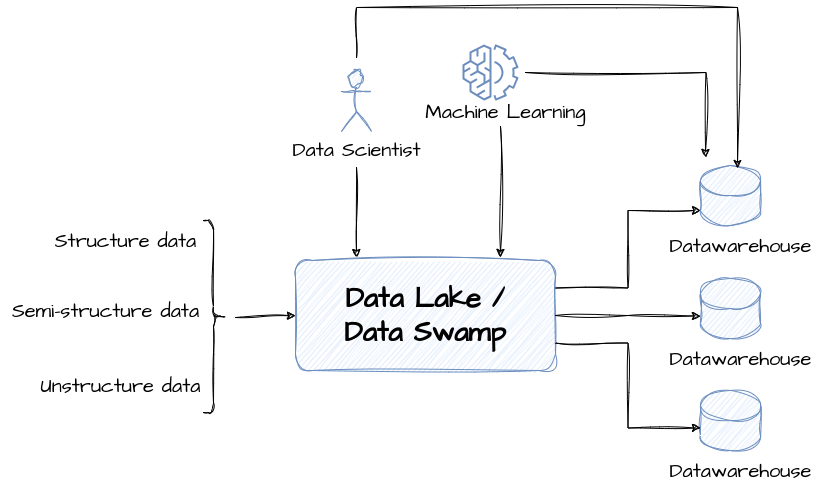
This is content/en/knowledgebase/bigdata/lakehouse-iceberg-delta/lakehouse-data-infrastructure.drawio.png from mauvaisetroupe/architech, a draw.io export, as it was before one commit. Source tidied: cells renumbered, new cells last; positions are measured from the earlier drawing's top-left corner, leaving out a move shared by most shapes.
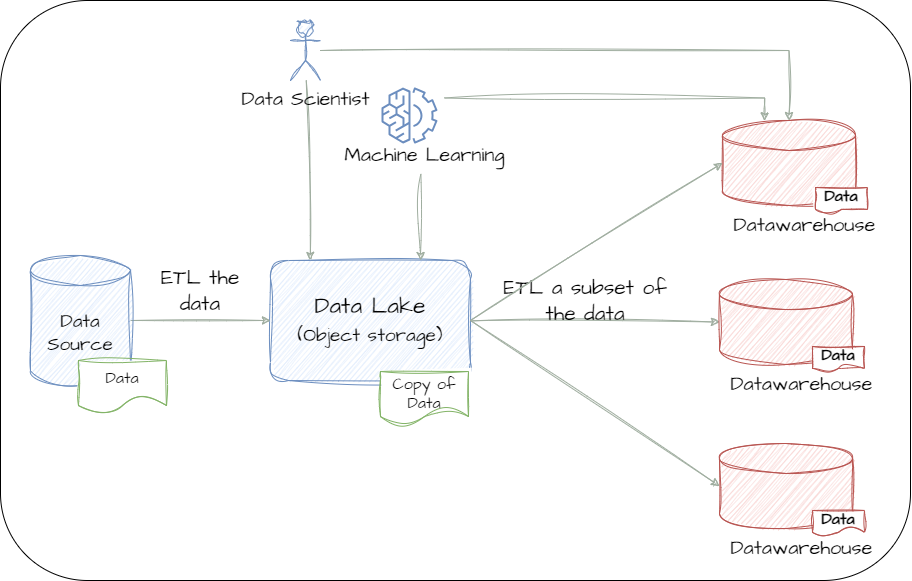
After the commit.

What changed in the source:
```diff
@@ -2,96 +2,91 @@
   <root>
     <mxCell id="0" />
     <mxCell id="1" parent="0" />
-    <mxCell id="2" value="&lt;b&gt;&lt;font style=&quot;font-size: 28px;&quot;&gt;Data Lake /&lt;br&gt;Data Swamp&lt;br&gt;&lt;/font&gt;&lt;/b&gt;" style="rounded=1;whiteSpace=wrap;html=1;sketch=1;hachureGap=4;jiggle=2;curveFitting=1;fontFamily=Architects Daughter;fontSource=https%3A%2F%2Ffonts.googleapis.com%2Fcss%3Ffamily%3DArchitects%2BDaughter;fontSize=20;fillColor=#dae8fc;strokeColor=#6c8ebf;" parent="1" vertex="1">
-      <mxGeometry x="295" y="253" width="260" height="110" as="geometry" />
-    </mxCell>
-    <mxCell id="3" style="rounded=0;sketch=1;hachureGap=4;jiggle=2;curveFitting=1;orthogonalLoop=1;jettySize=auto;html=1;fontFamily=Architects Daughter;fontSource=https%3A%2F%2Ffonts.googleapis.com%2Fcss%3Ffamily%3DArchitects%2BDaughter;fontSize=16;" parent="1" edge="1">
-      <mxGeometry relative="1" as="geometry">
-        <mxPoint x="356" y="160" as="sourcePoint" />
-        <mxPoint x="356" y="250" as="targetPoint" />
-      </mxGeometry>
-    </mxCell>
+    <mxCell id="27" style="rounded=1;whiteSpace=wrap;html=1;" parent="1" vertex="1">
+      <mxGeometry x="51" y="44" width="910" height="580" as="geometry" />
+    </mxCell>
+    <mxCell id="28" style="rounded=0;jettySize=auto;html=1;sketch=1;curveFitting=1;jiggle=2;strokeColor=#9FAD9F;entryX=0;entryY=0.5;entryDx=0;entryDy=0;entryPerimeter=0;" parent="1" edge="1" source="29" target="36">
+      <mxGeometry relative="1" as="geometry" />
+    </mxCell>
+    <mxCell id="29" value="Data Lake&lt;br&gt;&lt;font style=&quot;font-size: 19px;&quot;&gt;(Object storage)&lt;/font&gt;" style="rounded=1;whiteSpace=wrap;html=1;fontSize=23;fontFamily=Architects Daughter;fillColor=#dae8fc;strokeColor=#6c8ebf;shadow=0;sketch=1;curveFitting=1;jiggle=2;" parent="1" vertex="1">
+      <mxGeometry x="321" y="304" width="200" height="120" as="geometry" />
+    </mxCell>
+    <mxCell id="30" style="edgeStyle=orthogonalEdgeStyle;rounded=0;jettySize=auto;html=1;sketch=1;curveFitting=1;jiggle=2;entryX=0;entryY=0.5;entryDx=0;entryDy=0;exitX=1;exitY=0.5;exitDx=0;exitDy=0;exitPerimeter=0;strokeColor=#9FAD9F;" parent="1" edge="1" source="34" target="29">
+      <mxGeometry relative="1" as="geometry" />
+    </mxCell>
+    <mxCell id="31" value="ETL the data" style="text;html=1;strokeColor=none;fillColor=none;align=center;verticalAlign=middle;whiteSpace=wrap;rounded=0;fontFamily=Architects Daughter;fontSize=21;" parent="1" vertex="1">
+      <mxGeometry x="201" y="314" width="100" height="40" as="geometry" />
+    </mxCell>
+    <mxCell id="32" value="ETL a subset of the data" style="text;html=1;strokeColor=none;fillColor=none;align=center;verticalAlign=middle;whiteSpace=wrap;rounded=0;fontFamily=Architects Daughter;fontSize=21;" parent="1" vertex="1">
+      <mxGeometry x="551" y="334" width="170" height="20" as="geometry" />
+    </mxCell>
+    <mxCell id="33" value="Copy of Data" style="shape=document;whiteSpace=wrap;html=1;boundedLbl=1;fontSize=16;fontFamily=Architects Daughter;fillColor=#FFFFFF;strokeColor=#82b366;shadow=0;sketch=1;curveFitting=1;jiggle=2;spacing=0;spacingTop=-1;verticalAlign=top;" parent="1" vertex="1">
+      <mxGeometry x="431" y="415" width="88" height="53" as="geometry" />
+    </mxCell>
+    <mxCell id="34" value="Data&lt;br style=&quot;font-size: 19px;&quot;&gt;Source" style="shape=cylinder3;whiteSpace=wrap;html=1;boundedLbl=1;backgroundOutline=1;size=15;fillColor=#dae8fc;strokeColor=#6c8ebf;shadow=0;fontFamily=Architects Daughter;fontSize=19;sketch=1;curveFitting=1;jiggle=2;" parent="1" vertex="1">
+      <mxGeometry x="81" y="299" width="100" height="130" as="geometry" />
+    </mxCell>
+    <mxCell id="35" value="Data" style="shape=document;whiteSpace=wrap;html=1;boundedLbl=1;fontSize=16;fontFamily=Architects Daughter;fillColor=#FFFFFF;strokeColor=#82b366;shadow=0;sketch=1;curveFitting=1;jiggle=2;spacing=0;spacingTop=-1;verticalAlign=middle;" parent="1" vertex="1">
+      <mxGeometry x="129" y="404" width="88" height="53" as="geometry" />
+    </mxCell>
+    <mxCell id="36" style="shape=cylinder3;whiteSpace=wrap;html=1;boundedLbl=1;backgroundOutline=1;size=15;sketch=1;hachureGap=4;jiggle=2;curveFitting=1;fontFamily=Architects Daughter;fontSource=https%3A%2F%2Ffonts.googleapis.com%2Fcss%3Ffamily%3DArchitects%2BDaughter;fontSize=20;fillColor=#f8cecc;strokeColor=#b85450;" parent="1" vertex="1">
+      <mxGeometry x="770" y="323" width="133" height="85" as="geometry" />
+    </mxCell>
+    <mxCell id="37" value="Datawarehouse" style="text;html=1;align=center;verticalAlign=middle;strokeColor=none;fillColor=none;fontSize=20;fontFamily=Architects Daughter;" parent="1" vertex="1">
+      <mxGeometry x="767" y="407" width="170" height="40" as="geometry" />
+    </mxCell>
+    <mxCell id="38" value="&lt;font face=&quot;Architects Daughter&quot; style=&quot;font-size: 16px;&quot;&gt;Data&lt;/font&gt;" style="shape=document;whiteSpace=wrap;html=1;boundedLbl=1;fillColor=#FFFFFF;strokeColor=#b85450;fontSize=16;fontStyle=1;size=0.25;sketch=1;curveFitting=1;jiggle=2;" parent="1" vertex="1">
+      <mxGeometry x="863" y="390" width="52" height="25" as="geometry" />
+    </mxCell>
+    <mxCell id="39" style="rounded=0;sketch=1;hachureGap=4;jiggle=2;curveFitting=1;jettySize=auto;html=1;fontFamily=Architects Daughter;fontSource=https%3A%2F%2Ffonts.googleapis.com%2Fcss%3Ffamily%3DArchitects%2BDaughter;fontSize=16;strokeColor=#9FAD9F;" parent="1" edge="1" source="4">
+      <mxGeometry relative="1" as="geometry">
+        <mxPoint x="361" y="304" as="targetPoint" />
+      </mxGeometry>
+    </mxCell>
     <mxCell id="4" value="Data Scientist" style="shape=umlActor;verticalLabelPosition=bottom;verticalAlign=top;html=1;outlineConnect=0;sketch=1;hachureGap=4;jiggle=2;curveFitting=1;fontFamily=Architects Daughter;fontSource=https%3A%2F%2Ffonts.googleapis.com%2Fcss%3Ffamily%3DArchitects%2BDaughter;fontSize=20;fillColor=#dae8fc;strokeColor=#6c8ebf;" parent="1" vertex="1">
       <mxGeometry x="341" y="64" width="30" height="60" as="geometry" />
     </mxCell>
-    <mxCell id="5" style="rounded=0;sketch=1;hachureGap=4;jiggle=2;curveFitting=1;orthogonalLoop=1;jettySize=auto;html=1;fontFamily=Architects Daughter;fontSource=https%3A%2F%2Ffonts.googleapis.com%2Fcss%3Ffamily%3DArchitects%2BDaughter;fontSize=16;" parent="1" edge="1">
-      <mxGeometry relative="1" as="geometry">
-        <mxPoint x="500" y="119" as="sourcePoint" />
-        <mxPoint x="500" y="250" as="targetPoint" />
-      </mxGeometry>
-    </mxCell>
-    <mxCell id="6" style="points=[[0,0,0],[0.25,0,0],[0.5,0,0],[0.75,0,0],[1,0,0],[0,1,0],[0.25,1,0],[0.5,1,0],[0.75,1,0],[1,1,0],[0,0.25,0],[0,0.5,0],[0,0.75,0],[1,0.25,0],[1,0.5,0],[1,0.75,0]];outlineConnect=0;fillColor=none;strokeColor=#6c8ebf;dashed=0;verticalLabelPosition=bottom;verticalAlign=top;align=center;html=1;fontSize=12;fontStyle=0;shape=mxgraph.aws4.resourceIcon;resIcon=mxgraph.aws4.machine_learning;hachureGap=4;fontFamily=Architects Daughter;fontSource=https%3A%2F%2Ffonts.googleapis.com%2Fcss%3Ffamily%3DArchitects%2BDaughter;" parent="1" vertex="1">
-      <mxGeometry x="455" y="30" width="70" height="70" as="geometry" />
-    </mxCell>
+    <mxCell id="40" style="rounded=0;sketch=1;hachureGap=4;jiggle=2;curveFitting=1;jettySize=auto;html=1;fontFamily=Architects Daughter;fontSource=https%3A%2F%2Ffonts.googleapis.com%2Fcss%3Ffamily%3DArchitects%2BDaughter;fontSize=16;strokeColor=#9FAD9F;exitX=0.48;exitY=0.985;exitDx=0;exitDy=0;exitPerimeter=0;entryX=0.75;entryY=0;entryDx=0;entryDy=0;" parent="1" edge="1" source="7" target="29">
+      <mxGeometry relative="1" as="geometry" />
+    </mxCell>
+    <mxCell id="41" style="edgeStyle=orthogonalEdgeStyle;rounded=0;sketch=1;hachureGap=4;jiggle=2;curveFitting=1;jettySize=auto;html=1;fontFamily=Architects Daughter;fontSource=https%3A%2F%2Ffonts.googleapis.com%2Fcss%3Ffamily%3DArchitects%2BDaughter;fontSize=16;strokeColor=#9FAD9F;exitX=1;exitY=0.25;exitDx=0;exitDy=0;exitPerimeter=0;elbow=vertical;entryX=0.317;entryY=0.004;entryDx=0;entryDy=0;entryPerimeter=0;" parent="1" edge="1" source="44" target="45">
+      <mxGeometry relative="1" as="geometry" />
+    </mxCell>
+    <mxCell id="42" style="edgeStyle=orthogonalEdgeStyle;rounded=0;sketch=1;hachureGap=4;jiggle=2;curveFitting=1;jettySize=auto;html=1;entryX=0.5;entryY=0;entryDx=0;entryDy=0;entryPerimeter=0;fontFamily=Architects Daughter;fontSource=https%3A%2F%2Ffonts.googleapis.com%2Fcss%3Ffamily%3DArchitects%2BDaughter;fontSize=16;strokeColor=#9FAD9F;" parent="1" edge="1" source="4" target="45">
+      <mxGeometry relative="1" as="geometry" />
+    </mxCell>
+    <mxCell id="43" style="group;" parent="1" vertex="1">
+      <mxGeometry x="385" y="124" width="180" height="94" as="geometry" />
+    </mxCell>
+    <mxCell id="44" style="points=[[0,0,0],[0.25,0,0],[0.5,0,0],[0.75,0,0],[1,0,0],[0,1,0],[0.25,1,0],[0.5,1,0],[0.75,1,0],[1,1,0],[0,0.25,0],[0,0.5,0],[0,0.75,0],[1,0.25,0],[1,0.5,0],[1,0.75,0]];outlineConnect=0;fillColor=none;strokeColor=#6c8ebf;dashed=0;verticalLabelPosition=bottom;verticalAlign=top;align=center;html=1;fontSize=12;fontStyle=0;shape=mxgraph.aws4.resourceIcon;resIcon=mxgraph.aws4.machine_learning;hachureGap=4;fontFamily=Architects Daughter;fontSource=https%3A%2F%2Ffonts.googleapis.com%2Fcss%3Ffamily%3DArchitects%2BDaughter;" parent="43" vertex="1">
+      <mxGeometry x="40" width="70" height="70" as="geometry" />
+    </mxCell>
-    <mxCell id="7" value="Machine Learning" style="text;html=1;align=center;verticalAlign=middle;points=[];strokeColor=none;fillColor=none;fontSize=20;fontFamily=Architects Daughter;" parent="1" vertex="1">
-      <mxGeometry x="415" y="84" width="180" height="40" as="geometry" />
+    <mxCell id="7" value="Machine Learning" style="text;html=1;align=center;verticalAlign=middle;points=[];strokeColor=none;fillColor=none;fontSize=20;fontFamily=Architects Daughter;" parent="43" vertex="1">
+      <mxGeometry y="54" width="180" height="40" as="geometry" />
     </mxCell>
-    <mxCell id="8" style="group;" parent="1" vertex="1">
-      <mxGeometry x="655" y="158" width="170" height="100" as="geometry" />
-    </mxCell>
-    <mxCell id="9" style="shape=cylinder3;whiteSpace=wrap;html=1;boundedLbl=1;backgroundOutline=1;size=15;sketch=1;hachureGap=4;jiggle=2;curveFitting=1;fontFamily=Architects Daughter;fontSource=https%3A%2F%2Ffonts.googleapis.com%2Fcss%3Ffamily%3DArchitects%2BDaughter;fontSize=20;fillColor=#dae8fc;strokeColor=#6c8ebf;" parent="8" vertex="1">
-      <mxGeometry x="45" width="60" height="60" as="geometry" />
-    </mxCell>
-    <mxCell id="10" value="Datawarehouse" style="text;html=1;align=center;verticalAlign=middle;strokeColor=none;fillColor=none;fontSize=20;fontFamily=Architects Daughter;" parent="8" vertex="1">
-      <mxGeometry y="60" width="170" height="40" as="geometry" />
-    </mxCell>
-    <mxCell id="11" style="group;" parent="1" vertex="1">
-      <mxGeometry x="655" y="271" width="170" height="100" as="geometry" />
-    </mxCell>
-    <mxCell id="12" style="shape=cylinder3;whiteSpace=wrap;html=1;boundedLbl=1;backgroundOutline=1;size=15;sketch=1;hachureGap=4;jiggle=2;curveFitting=1;fontFamily=Architects Daughter;fontSource=https%3A%2F%2Ffonts.googleapis.com%2Fcss%3Ffamily%3DArchitects%2BDaughter;fontSize=20;fillColor=#dae8fc;strokeColor=#6c8ebf;" parent="11" vertex="1">
-      <mxGeometry x="45" width="60" height="60" as="geometry" />
-    </mxCell>
-    <mxCell id="13" value="Datawarehouse" style="text;html=1;align=center;verticalAlign=middle;strokeColor=none;fillColor=none;fontSize=20;fontFamily=Architects Daughter;" parent="11" vertex="1">
-      <mxGeometry y="60" width="170" height="40" as="geometry" />
-    </mxCell>
-    <mxCell id="14" style="group;" parent="1" vertex="1">
-      <mxGeometry x="655" y="383" width="170" height="100" as="geometry" />
-    </mxCell>
-    <mxCell id="15" style="shape=cylinder3;whiteSpace=wrap;html=1;boundedLbl=1;backgroundOutline=1;size=15;sketch=1;hachureGap=4;jiggle=2;curveFitting=1;fontFamily=Architects Daughter;fontSource=https%3A%2F%2Ffonts.googleapis.com%2Fcss%3Ffamily%3DArchitects%2BDaughter;fontSize=20;fillColor=#dae8fc;strokeColor=#6c8ebf;" parent="14" vertex="1">
-      <mxGeometry x="45" width="60" height="60" as="geometry" />
-    </mxCell>
-    <mxCell id="16" value="Datawarehouse" style="text;html=1;align=center;verticalAlign=middle;strokeColor=none;fillColor=none;fontSize=20;fontFamily=Architects Daughter;" parent="14" vertex="1">
-      <mxGeometry y="60" width="170" height="40" as="geometry" />
-    </mxCell>
-    <mxCell id="17" style="edgeStyle=orthogonalEdgeStyle;rounded=0;sketch=1;hachureGap=4;jiggle=2;curveFitting=1;jettySize=auto;html=1;entryX=0;entryY=1;entryDx=0;entryDy=-15;entryPerimeter=0;fontFamily=Architects Daughter;fontSource=https%3A%2F%2Ffonts.googleapis.com%2Fcss%3Ffamily%3DArchitects%2BDaughter;fontSize=16;exitX=1;exitY=0.25;exitDx=0;exitDy=0;" parent="1" edge="1" source="2" target="9">
-      <mxGeometry relative="1" as="geometry" />
-    </mxCell>
-    <mxCell id="18" style="edgeStyle=orthogonalEdgeStyle;rounded=0;sketch=1;hachureGap=4;jiggle=2;curveFitting=1;jettySize=auto;html=1;exitX=1;exitY=0.5;exitDx=0;exitDy=0;entryX=0;entryY=0;entryDx=0;entryDy=37.5;entryPerimeter=0;fontFamily=Architects Daughter;fontSource=https%3A%2F%2Ffonts.googleapis.com%2Fcss%3Ffamily%3DArchitects%2BDaughter;fontSize=16;" parent="1" edge="1" source="2" target="12">
-      <mxGeometry relative="1" as="geometry" />
-    </mxCell>
-    <mxCell id="19" style="edgeStyle=orthogonalEdgeStyle;rounded=0;sketch=1;hachureGap=4;jiggle=2;curveFitting=1;jettySize=auto;html=1;entryX=0;entryY=0;entryDx=0;entryDy=37.5;entryPerimeter=0;fontFamily=Architects Daughter;fontSource=https%3A%2F%2Ffonts.googleapis.com%2Fcss%3Ffamily%3DArchitects%2BDaughter;fontSize=16;exitX=1;exitY=0.75;exitDx=0;exitDy=0;" parent="1" edge="1" source="2" target="15">
-      <mxGeometry relative="1" as="geometry" />
-    </mxCell>
-    <mxCell id="20" value="Structure data" style="text;html=1;align=center;verticalAlign=middle;strokeColor=none;fillColor=none;fontSize=20;fontFamily=Architects Daughter;" parent="1" vertex="1">
-      <mxGeometry x="40" y="213" width="170" height="40" as="geometry" />
-    </mxCell>
-    <mxCell id="21" value="Semi-structure data" style="text;html=1;align=center;verticalAlign=middle;strokeColor=none;fillColor=none;fontSize=20;fontFamily=Architects Daughter;" parent="1" vertex="1">
-      <mxGeometry y="283" width="210" height="40" as="geometry" />
-    </mxCell>
-    <mxCell id="22" value="Unstructure data" style="text;html=1;align=center;verticalAlign=middle;strokeColor=none;fillColor=none;fontSize=20;fontFamily=Architects Daughter;" parent="1" vertex="1">
-      <mxGeometry x="30" y="358" width="180" height="40" as="geometry" />
-    </mxCell>
-    <mxCell id="23" style="rounded=0;sketch=1;hachureGap=4;jiggle=2;curveFitting=1;jettySize=auto;html=1;entryX=0;entryY=0.5;entryDx=0;entryDy=0;fontFamily=Architects Daughter;fontSource=https%3A%2F%2Ffonts.googleapis.com%2Fcss%3Ffamily%3DArchitects%2BDaughter;fontSize=16;" parent="1" edge="1" target="2">
-      <mxGeometry relative="1" as="geometry">
-        <mxPoint x="235" y="310" as="sourcePoint" />
-      </mxGeometry>
-    </mxCell>
-    <mxCell id="24" style="shape=curlyBracket;whiteSpace=wrap;html=1;rounded=1;flipH=1;labelPosition=right;verticalLabelPosition=middle;align=left;verticalAlign=middle;sketch=1;hachureGap=4;jiggle=2;curveFitting=1;fontFamily=Architects Daughter;fontSource=https%3A%2F%2Ffonts.googleapis.com%2Fcss%3Ffamily%3DArchitects%2BDaughter;fontSize=20;" parent="1" vertex="1">
-      <mxGeometry x="203" y="213" width="20" height="192" as="geometry" />
-    </mxCell>
-    <mxCell id="25" style="edgeStyle=orthogonalEdgeStyle;rounded=0;sketch=1;hachureGap=4;jiggle=2;curveFitting=1;jettySize=auto;html=1;fontFamily=Architects Daughter;fontSource=https%3A%2F%2Ffonts.googleapis.com%2Fcss%3Ffamily%3DArchitects%2BDaughter;fontSize=16;" parent="1" edge="1" source="6">
-      <mxGeometry relative="1" as="geometry">
-        <mxPoint x="705" y="150" as="targetPoint" />
-      </mxGeometry>
-    </mxCell>
-    <mxCell id="26" style="edgeStyle=orthogonalEdgeStyle;rounded=0;sketch=1;hachureGap=4;jiggle=2;curveFitting=1;jettySize=auto;html=1;entryX=0.617;entryY=0.05;entryDx=0;entryDy=0;entryPerimeter=0;fontFamily=Architects Daughter;fontSource=https%3A%2F%2Ffonts.googleapis.com%2Fcss%3Ffamily%3DArchitects%2BDaughter;fontSize=16;" parent="1" edge="1" target="9">
-      <mxGeometry relative="1" as="geometry">
-        <mxPoint x="356" y="50" as="sourcePoint" />
-        <Array as="points">
-          <mxPoint x="356" />
-          <mxPoint x="737" />
-        </Array>
-      </mxGeometry>
-    </mxCell>
+    <mxCell id="45" style="shape=cylinder3;whiteSpace=wrap;html=1;boundedLbl=1;backgroundOutline=1;size=15;sketch=1;hachureGap=4;jiggle=2;curveFitting=1;fontFamily=Architects Daughter;fontSource=https%3A%2F%2Ffonts.googleapis.com%2Fcss%3Ffamily%3DArchitects%2BDaughter;fontSize=20;fillColor=#f8cecc;strokeColor=#b85450;" parent="1" vertex="1">
+      <mxGeometry x="773" y="164" width="133" height="85" as="geometry" />
+    </mxCell>
+    <mxCell id="46" value="Datawarehouse" style="text;html=1;align=center;verticalAlign=middle;strokeColor=none;fillColor=none;fontSize=20;fontFamily=Architects Daughter;" parent="1" vertex="1">
+      <mxGeometry x="770" y="248" width="170" height="40" as="geometry" />
+    </mxCell>
+    <mxCell id="47" value="&lt;font face=&quot;Architects Daughter&quot; style=&quot;font-size: 16px;&quot;&gt;Data&lt;/font&gt;" style="shape=document;whiteSpace=wrap;html=1;boundedLbl=1;fillColor=#FFFFFF;strokeColor=#b85450;fontSize=16;fontStyle=1;size=0.25;sketch=1;curveFitting=1;jiggle=2;" parent="1" vertex="1">
+      <mxGeometry x="866" y="231" width="52" height="25" as="geometry" />
+    </mxCell>
+    <mxCell id="48" style="shape=cylinder3;whiteSpace=wrap;html=1;boundedLbl=1;backgroundOutline=1;size=15;sketch=1;hachureGap=4;jiggle=2;curveFitting=1;fontFamily=Architects Daughter;fontSource=https%3A%2F%2Ffonts.googleapis.com%2Fcss%3Ffamily%3DArchitects%2BDaughter;fontSize=20;fillColor=#f8cecc;strokeColor=#b85450;" parent="1" vertex="1">
+      <mxGeometry x="770" y="487" width="133" height="85" as="geometry" />
+    </mxCell>
+    <mxCell id="49" value="Datawarehouse" style="text;html=1;align=center;verticalAlign=middle;strokeColor=none;fillColor=none;fontSize=20;fontFamily=Architects Daughter;" parent="1" vertex="1">
+      <mxGeometry x="767" y="571" width="170" height="40" as="geometry" />
+    </mxCell>
+    <mxCell id="50" value="&lt;font face=&quot;Architects Daughter&quot; style=&quot;font-size: 16px;&quot;&gt;Data&lt;/font&gt;" style="shape=document;whiteSpace=wrap;html=1;boundedLbl=1;fillColor=#FFFFFF;strokeColor=#b85450;fontSize=16;fontStyle=1;size=0.25;sketch=1;curveFitting=1;jiggle=2;" parent="1" vertex="1">
+      <mxGeometry x="863" y="554" width="52" height="25" as="geometry" />
+    </mxCell>
+    <mxCell id="51" style="rounded=0;jettySize=auto;html=1;sketch=1;curveFitting=1;jiggle=2;strokeColor=#9FAD9F;entryX=0;entryY=0.5;entryDx=0;entryDy=0;entryPerimeter=0;exitX=1;exitY=0.5;exitDx=0;exitDy=0;" parent="1" edge="1" source="29" target="48">
+      <mxGeometry relative="1" as="geometry" />
+    </mxCell>
+    <mxCell id="52" style="rounded=0;jettySize=auto;html=1;sketch=1;curveFitting=1;jiggle=2;strokeColor=#9FAD9F;entryX=0;entryY=0.5;entryDx=0;entryDy=0;entryPerimeter=0;exitX=1;exitY=0.5;exitDx=0;exitDy=0;" parent="1" edge="1" source="29" target="45">
+      <mxGeometry relative="1" as="geometry" />
+    </mxCell>
   </root>
 </mxGraphModel>
```
